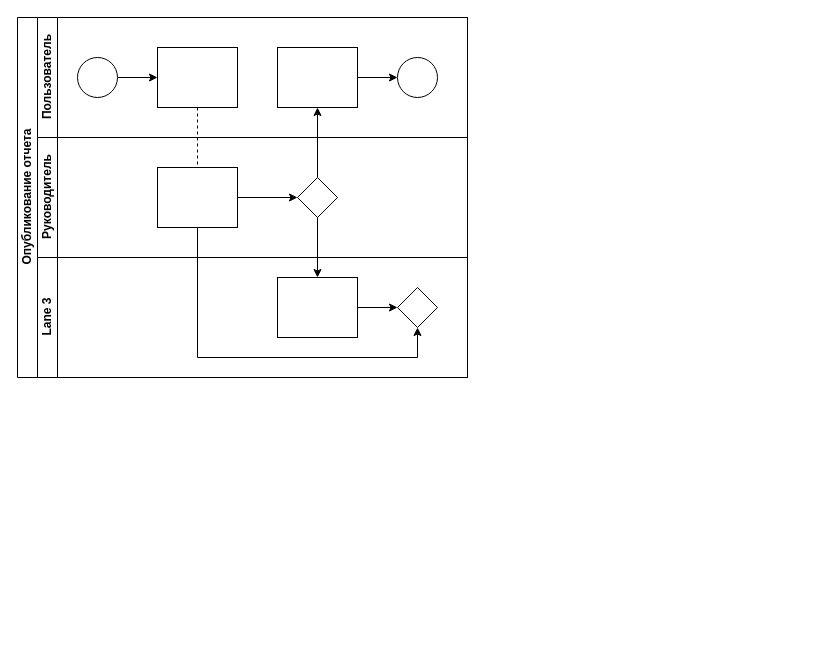
pytonuserouner/UML_study keeps this draw.io diagram as Описание процесса для модуля №8.drawio. Above is the earlier version. Source tidied: cells renumbered, new cells numbered last; positions are measured from the earlier drawing's top-left corner, leaving out a move shared by most shapes. Both pictures are drawn from the tidied source at 100%, with x=0, y=0 at pixel (17, 17).
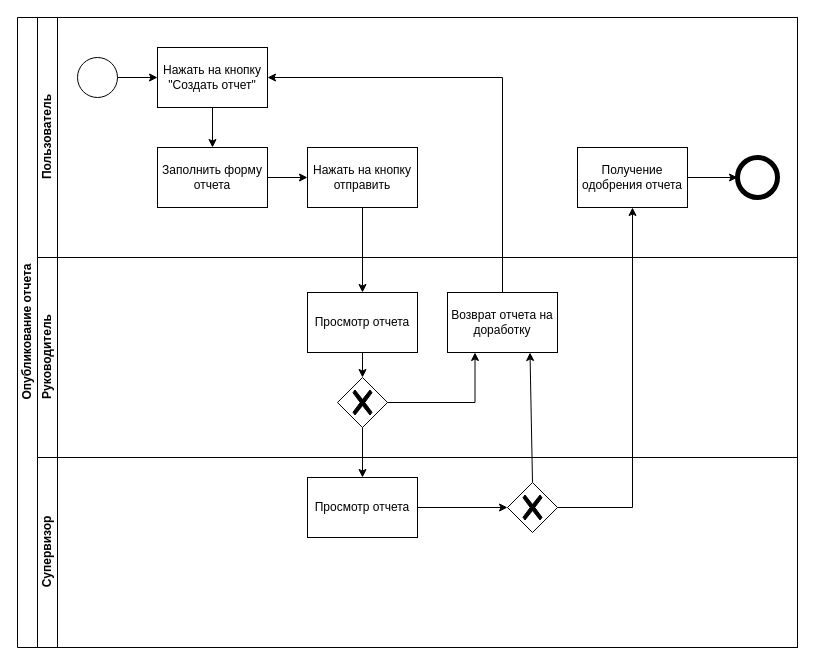
The same diagram, later.

What changed in the source:
```diff
@@
     <mxCell id="2" value="Опубликование отчета" style="swimlane;html=1;horizontal=0;startSize=20;" parent="1" vertex="1">
-      <mxGeometry width="450" height="360" as="geometry" />
+      <mxGeometry width="780" height="630" as="geometry" />
     </mxCell>
-    <mxCell id="3" style="edgeStyle=orthogonalEdgeStyle;rounded=0;jettySize=auto;html=1;dashed=1;endArrow=none;endFill=0;" parent="2" edge="1" source="10" target="16">
-      <mxGeometry relative="1" as="geometry" />
-    </mxCell>
-    <mxCell id="4" style="edgeStyle=orthogonalEdgeStyle;rounded=0;jettySize=auto;html=1;endArrow=classic;endFill=1;" parent="2" edge="1" source="17" target="12">
-      <mxGeometry relative="1" as="geometry" />
-    </mxCell>
-    <mxCell id="5" style="edgeStyle=orthogonalEdgeStyle;rounded=0;jettySize=auto;html=1;endArrow=classic;endFill=1;" parent="2" edge="1" source="17" target="20">
-      <mxGeometry relative="1" as="geometry" />
-    </mxCell>
-    <mxCell id="6" style="edgeStyle=orthogonalEdgeStyle;rounded=0;jettySize=auto;html=1;endArrow=classic;endFill=1;" parent="2" edge="1" source="16" target="21">
-      <mxGeometry relative="1" as="geometry">
-        <Array as="points">
-          <mxPoint x="180" y="340" />
-          <mxPoint x="400" y="340" />
-        </Array>
-      </mxGeometry>
-    </mxCell>
     <mxCell id="7" value="Пользователь" style="swimlane;html=1;startSize=20;horizontal=0;" parent="2" vertex="1">
-      <mxGeometry x="20" width="430" height="120" as="geometry" />
+      <mxGeometry x="20" width="760" height="240" as="geometry" />
     </mxCell>
@@
-    <mxCell id="10" style="rounded=0;whiteSpace=wrap;html=1;fontFamily=Helvetica;fontSize=12;fontColor=#000000;align=center;" parent="7" vertex="1">
-      <mxGeometry x="120" y="30" width="80" height="60" as="geometry" />
+    <mxCell id="10" value="Нажать на кнопку &quot;Создать отчет&quot;" style="rounded=0;whiteSpace=wrap;html=1;fontFamily=Helvetica;fontSize=12;fontColor=#000000;align=center;" parent="7" vertex="1">
+      <mxGeometry x="120" y="30" width="110" height="60" as="geometry" />
     </mxCell>
-    <mxCell id="11" style="edgeStyle=orthogonalEdgeStyle;rounded=0;jettySize=auto;html=1;endArrow=classic;endFill=1;" parent="7" edge="1" source="12" target="13">
-      <mxGeometry relative="1" as="geometry" />
-    </mxCell>
-    <mxCell id="12" style="rounded=0;whiteSpace=wrap;html=1;fontFamily=Helvetica;fontSize=12;fontColor=#000000;align=center;" parent="7" vertex="1">
-      <mxGeometry x="240" y="30" width="80" height="60" as="geometry" />
-    </mxCell>
-    <mxCell id="13" style="ellipse;whiteSpace=wrap;html=1;" parent="7" vertex="1">
-      <mxGeometry x="360" y="40" width="40" height="40" as="geometry" />
-    </mxCell>
+    <mxCell id="22" value="Заполнить форму отчета" style="rounded=0;whiteSpace=wrap;html=1;fontFamily=Helvetica;fontSize=12;fontColor=#000000;align=center;" parent="7" vertex="1">
+      <mxGeometry x="120" y="130" width="110" height="60" as="geometry" />
+    </mxCell>
+    <mxCell id="23" style="endArrow=classic;html=1;rounded=0;exitX=0.5;exitY=1;exitDx=0;exitDy=0;entryX=0.5;entryY=0;entryDx=0;entryDy=0;" parent="7" edge="1" source="10" target="22">
+      <mxGeometry relative="1" as="geometry" />
+    </mxCell>
+    <mxCell id="24" value="Нажать на кнопку отправить" style="rounded=0;whiteSpace=wrap;html=1;fontFamily=Helvetica;fontSize=12;fontColor=#000000;align=center;" parent="7" vertex="1">
+      <mxGeometry x="270" y="130" width="110" height="60" as="geometry" />
+    </mxCell>
+    <mxCell id="25" style="endArrow=classic;html=1;rounded=0;entryX=0;entryY=0.5;entryDx=0;entryDy=0;exitX=1;exitY=0.5;exitDx=0;exitDy=0;" parent="7" edge="1" source="22" target="24">
+      <mxGeometry relative="1" as="geometry" />
+    </mxCell>
+    <mxCell id="26" value="Получение одобрения отчета" style="rounded=0;whiteSpace=wrap;html=1;fontFamily=Helvetica;fontSize=12;fontColor=#000000;align=center;" parent="7" vertex="1">
+      <mxGeometry x="540" y="130" width="110" height="60" as="geometry" />
+    </mxCell>
+    <mxCell id="27" style="ellipse;whiteSpace=wrap;html=1;strokeWidth=5;" parent="7" vertex="1">
+      <mxGeometry x="700" y="140" width="40" height="40" as="geometry" />
+    </mxCell>
+    <mxCell id="28" style="endArrow=classic;html=1;rounded=0;entryX=0;entryY=0.5;entryDx=0;entryDy=0;exitX=1;exitY=0.5;exitDx=0;exitDy=0;" parent="7" edge="1" source="26" target="27">
+      <mxGeometry relative="1" as="geometry" />
+    </mxCell>
     <mxCell id="14" value="Руководитель" style="swimlane;html=1;startSize=20;horizontal=0;" parent="2" vertex="1">
-      <mxGeometry x="20" y="120" width="430" height="120" as="geometry" />
+      <mxGeometry x="20" y="240" width="760" height="200" as="geometry" />
     </mxCell>
-    <mxCell id="15" style="edgeStyle=orthogonalEdgeStyle;rounded=0;jettySize=auto;html=1;endArrow=classic;endFill=1;" parent="14" edge="1" source="16" target="17">
-      <mxGeometry relative="1" as="geometry" />
-    </mxCell>
-    <mxCell id="16" style="rounded=0;whiteSpace=wrap;html=1;fontFamily=Helvetica;fontSize=12;fontColor=#000000;align=center;" parent="14" vertex="1">
-      <mxGeometry x="120" y="30" width="80" height="60" as="geometry" />
-    </mxCell>
-    <mxCell id="17" style="rhombus;whiteSpace=wrap;html=1;fontFamily=Helvetica;fontSize=12;fontColor=#000000;align=center;" parent="14" vertex="1">
-      <mxGeometry x="260" y="40" width="40" height="40" as="geometry" />
-    </mxCell>
+    <mxCell id="29" value="Просмотр отчета" style="rounded=0;whiteSpace=wrap;html=1;fontFamily=Helvetica;fontSize=12;fontColor=#000000;align=center;" parent="14" vertex="1">
+      <mxGeometry x="270" y="35" width="110" height="60" as="geometry" />
+    </mxCell>
+    <mxCell id="30" style="points=[[0.25,0.25,0],[0.5,0,0],[0.75,0.25,0],[1,0.5,0],[0.75,0.75,0],[0.5,1,0],[0.25,0.75,0],[0,0.5,0]];shape=mxgraph.bpmn.gateway2;html=1;verticalLabelPosition=bottom;labelBackgroundColor=#ffffff;verticalAlign=top;align=center;perimeter=rhombusPerimeter;outlineConnect=0;outline=none;symbol=none;gwType=exclusive;" parent="14" vertex="1">
+      <mxGeometry x="300" y="120" width="50" height="50" as="geometry" />
+    </mxCell>
+    <mxCell id="31" style="endArrow=classic;html=1;rounded=0;exitX=0.5;exitY=1;exitDx=0;exitDy=0;entryX=0.5;entryY=0;entryDx=0;entryDy=0;entryPerimeter=0;" parent="14" edge="1" source="29" target="30">
+      <mxGeometry relative="1" as="geometry" />
+    </mxCell>
+    <mxCell id="32" value="Возврат отчета на доработку" style="rounded=0;whiteSpace=wrap;html=1;fontFamily=Helvetica;fontSize=12;fontColor=#000000;align=center;" parent="14" vertex="1">
+      <mxGeometry x="410" y="35" width="110" height="60" as="geometry" />
+    </mxCell>
+    <mxCell id="33" style="endArrow=classic;html=1;rounded=0;entryX=0.25;entryY=1;entryDx=0;entryDy=0;exitX=1;exitY=0.5;exitDx=0;exitDy=0;exitPerimeter=0;edgeStyle=orthogonalEdgeStyle;" parent="14" edge="1" source="30" target="32">
+      <mxGeometry relative="1" as="geometry" />
+    </mxCell>
-    <mxCell id="18" value="Lane 3" style="swimlane;html=1;startSize=20;horizontal=0;" parent="2" vertex="1">
-      <mxGeometry x="20" y="240" width="430" height="120" as="geometry" />
+    <mxCell id="18" value="Супервизор" style="swimlane;html=1;startSize=20;horizontal=0;" parent="2" vertex="1">
+      <mxGeometry x="20" y="440" width="760" height="190" as="geometry" />
     </mxCell>
-    <mxCell id="19" style="edgeStyle=orthogonalEdgeStyle;rounded=0;jettySize=auto;html=1;endArrow=classic;endFill=1;" parent="18" edge="1" source="20" target="21">
-      <mxGeometry relative="1" as="geometry" />
-    </mxCell>
-    <mxCell id="20" style="rounded=0;whiteSpace=wrap;html=1;fontFamily=Helvetica;fontSize=12;fontColor=#000000;align=center;" parent="18" vertex="1">
-      <mxGeometry x="240" y="20" width="80" height="60" as="geometry" />
-    </mxCell>
-    <mxCell id="21" style="rhombus;whiteSpace=wrap;html=1;fontFamily=Helvetica;fontSize=12;fontColor=#000000;align=center;" parent="18" vertex="1">
-      <mxGeometry x="360" y="30" width="40" height="40" as="geometry" />
-    </mxCell>
+    <mxCell id="34" value="Просмотр отчета" style="rounded=0;whiteSpace=wrap;html=1;fontFamily=Helvetica;fontSize=12;fontColor=#000000;align=center;" parent="18" vertex="1">
+      <mxGeometry x="270" y="20" width="110" height="60" as="geometry" />
+    </mxCell>
+    <mxCell id="35" style="points=[[0.25,0.25,0],[0.5,0,0],[0.75,0.25,0],[1,0.5,0],[0.75,0.75,0],[0.5,1,0],[0.25,0.75,0],[0,0.5,0]];shape=mxgraph.bpmn.gateway2;html=1;verticalLabelPosition=bottom;labelBackgroundColor=#ffffff;verticalAlign=top;align=center;perimeter=rhombusPerimeter;outlineConnect=0;outline=none;symbol=none;gwType=exclusive;" parent="18" vertex="1">
+      <mxGeometry x="470" y="25" width="50" height="50" as="geometry" />
+    </mxCell>
+    <mxCell id="36" style="endArrow=classic;html=1;rounded=0;entryX=0;entryY=0.5;entryDx=0;entryDy=0;entryPerimeter=0;exitX=1;exitY=0.5;exitDx=0;exitDy=0;" parent="18" edge="1" source="34" target="35">
+      <mxGeometry relative="1" as="geometry" />
+    </mxCell>
+    <mxCell id="37" style="endArrow=classic;html=1;rounded=0;entryX=0.5;entryY=0;entryDx=0;entryDy=0;exitX=0.5;exitY=1;exitDx=0;exitDy=0;" parent="2" edge="1" source="24" target="29">
+      <mxGeometry relative="1" as="geometry" />
+    </mxCell>
+    <mxCell id="38" style="endArrow=classic;html=1;rounded=0;exitX=0.5;exitY=1;exitDx=0;exitDy=0;exitPerimeter=0;entryX=0.5;entryY=0;entryDx=0;entryDy=0;" parent="2" edge="1" source="30" target="34">
+      <mxGeometry relative="1" as="geometry" />
+    </mxCell>
+    <mxCell id="39" style="endArrow=classic;html=1;rounded=0;exitX=0.5;exitY=0;exitDx=0;exitDy=0;entryX=1;entryY=0.5;entryDx=0;entryDy=0;edgeStyle=orthogonalEdgeStyle;" parent="2" edge="1" source="32" target="10">
+      <mxGeometry relative="1" as="geometry" />
+    </mxCell>
+    <mxCell id="40" style="endArrow=classic;html=1;rounded=0;exitX=0.5;exitY=0;exitDx=0;exitDy=0;exitPerimeter=0;entryX=0.75;entryY=1;entryDx=0;entryDy=0;" parent="2" edge="1" source="35" target="32">
+      <mxGeometry relative="1" as="geometry" />
+    </mxCell>
+    <mxCell id="41" style="endArrow=classic;html=1;rounded=0;exitX=1;exitY=0.5;exitDx=0;exitDy=0;exitPerimeter=0;entryX=0.5;entryY=1;entryDx=0;entryDy=0;edgeStyle=orthogonalEdgeStyle;" parent="2" edge="1" source="35" target="26">
+      <mxGeometry relative="1" as="geometry" />
+    </mxCell>
```
